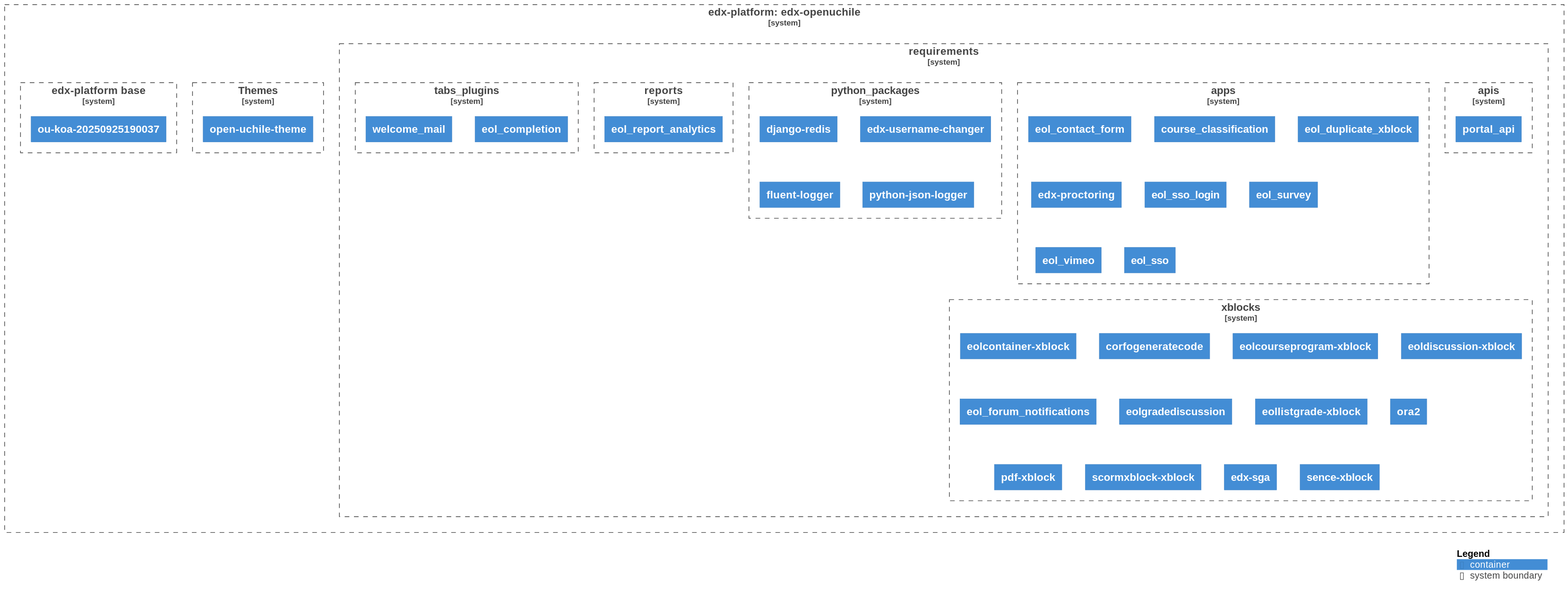
eol-uchile/edx-openuchile keeps this PlantUML diagram as diagrams/diagram.svg. Above is the earlier version.
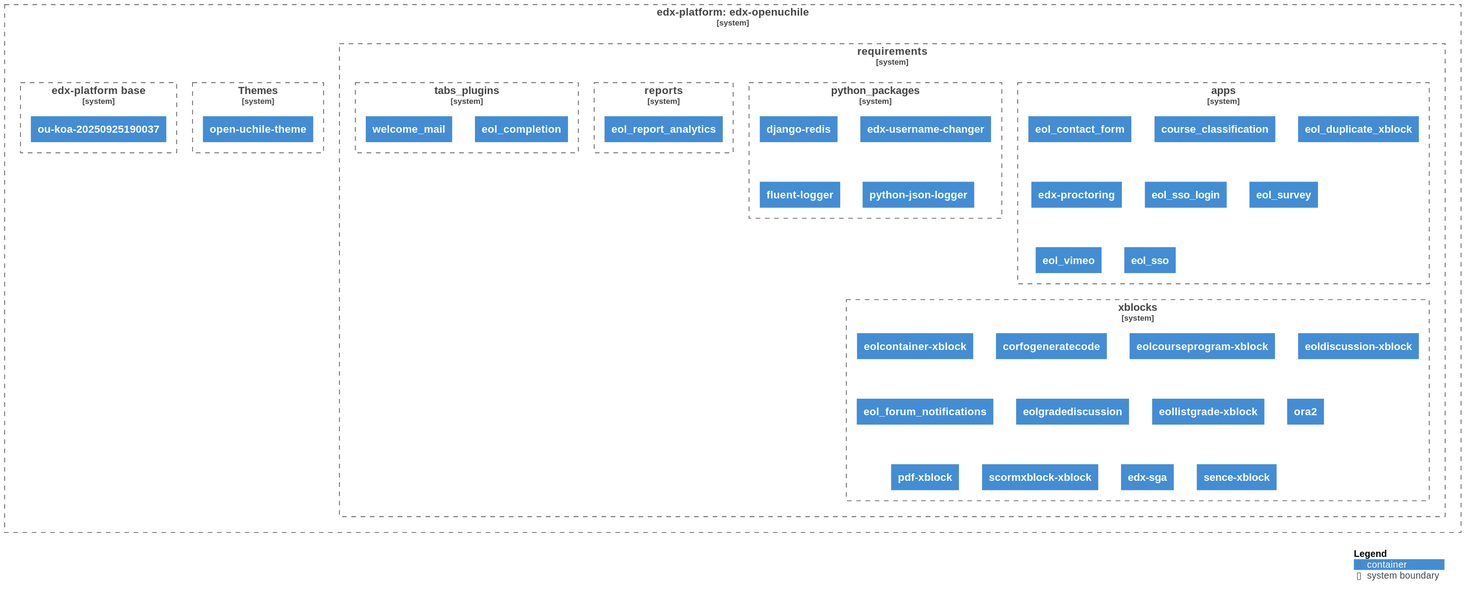
After the commit.

Commit message:
chore: Auto-generate UML diagram

The edit, as a diff of the source:
```diff
@@ -6,12 +6,6 @@
 
 System_Boundary(c1, "edx-platform: edx-openuchile", $link="https://github.com/eol-uchile/edx-openuchile") {
     System_Boundary(c2, "requirements", $link="https://github.com/eol-uchile/edx-openuchile/blob/openuchile-release/koa/requirements/") {
-
-            System_Boundary(apis, "apis", $link="https://github.com/eol-uchile/edx-openuchile/blob/openuchile-release/koa/requirements/apis.txt") {
-
-                Container(apis1, "portal_api", $link="https://github.com/eol-uchile/portal_api/releases/tag/0.3")
-
-            }
 
             System_Boundary(apps, "apps", $link="https://github.com/eol-uchile/edx-openuchile/blob/openuchile-release/koa/requirements/apps.txt") {
 
```
